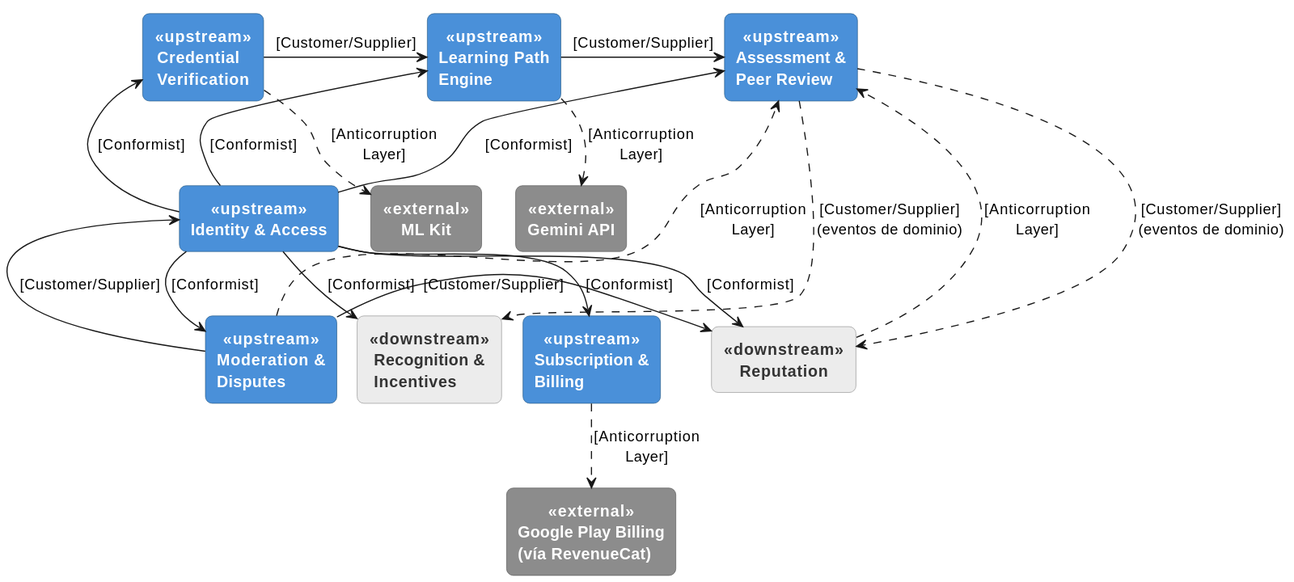
Before: images-doc/SkillSwapContextMapping.svg, a diagram exported from PlantUML (Aplicaciones-Dispositivos-Moviles/SkillSwap-ProjectReport).
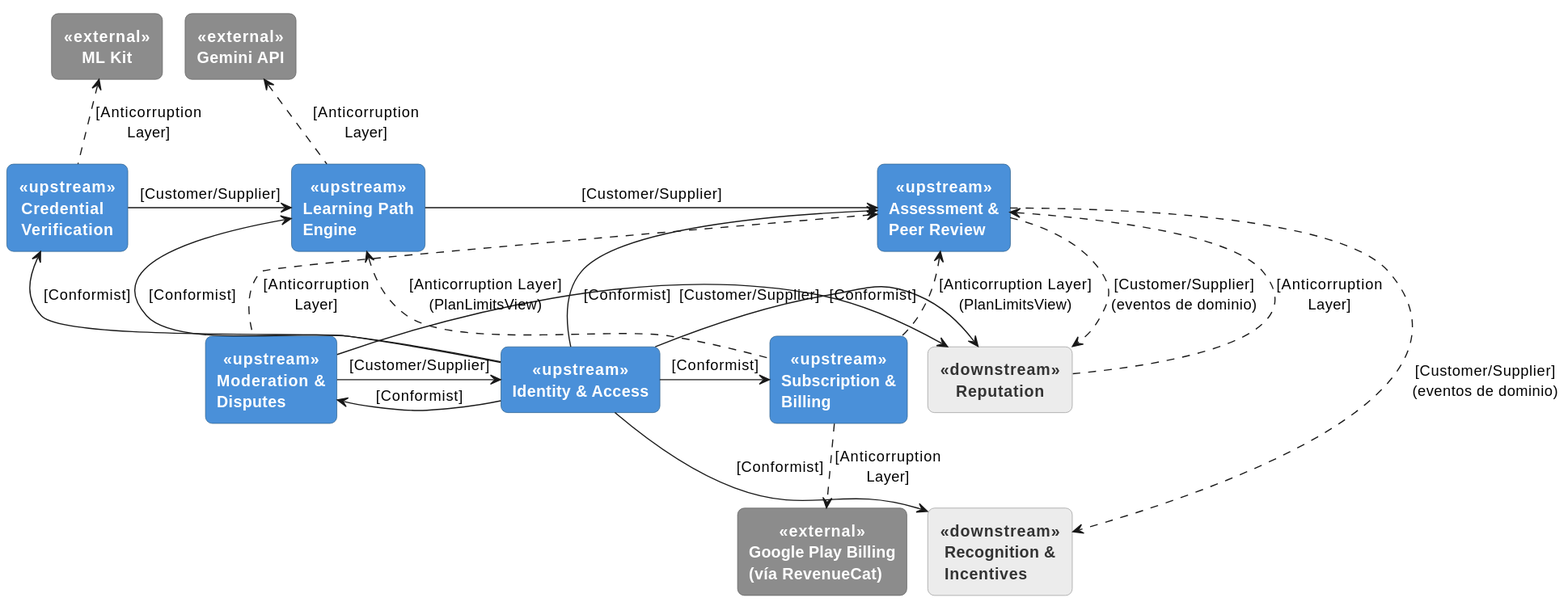
The same file after the commit.

The edit, as a diff of the source:
```diff
@@ -26,53 +26,54 @@
     BorderColor #5C5C5C
 }
 
+skinparam nodesep 70
+skinparam ranksep 90
+
+rectangle "ML Kit" as MLK <<external>>
+rectangle "Gemini API" as GEM <<external>>
+
 rectangle "Credential\nVerification" as CV <<upstream>>
 rectangle "Learning Path\nEngine" as LPE <<upstream>>
 rectangle "Assessment &\nPeer Review" as APR <<upstream>>
-rectangle "ML Kit" as MLK <<external>>
-rectangle "Gemini API" as GEM <<external>>
-
-rectangle "Identity & Access" as IAM <<upstream>>
 rectangle "Reputation" as REP <<downstream>>
 
 rectangle "Moderation &\nDisputes" as MOD <<upstream>>
+rectangle "Identity & Access" as IAM <<upstream>>
+rectangle "Subscription &\nBilling" as SUB <<upstream>>
 rectangle "Recognition &\nIncentives" as REC <<downstream>>
-rectangle "Subscription &\nBilling" as SUB <<upstream>>
 rectangle "Google Play Billing\n(vía RevenueCat)" as GPB <<external>>
 
-CV -[hidden]right-> LPE
-LPE -[hidden]right-> APR
-APR -[hidden]right-> MLK
-LPE -[hidden]up-> GEM
-IAM -[hidden]right-> REP
-MOD -[hidden]right-> REC
-REC -[hidden]right-> SUB
-SUB -[hidden]right-> GPB
-CV -[hidden]down-> IAM
-IAM -[hidden]down-> MOD
+MLK -[hidden]right-> GEM
+MOD -[hidden]right-> IAM
+IAM -[hidden]right-> SUB
+SUB -[hidden]right-> REC
+REP -[hidden]down-> REC
 
 
 CV -right-> LPE : [Customer/Supplier]
 LPE -right-> APR : [Customer/Supplier]
-CV ..> MLK : [Anticorruption\nLayer]
-LPE ..> GEM : [Anticorruption\nLayer]
+CV .up.> MLK : [Anticorruption\nLayer]
+LPE .up.> GEM : [Anticorruption\nLayer]
 
 IAM -up-> CV : [Conformist]
 IAM -up-> LPE : [Conformist]
 IAM -up-> APR : [Conformist]
 IAM -right-> REP : [Conformist]
-IAM -down-> REC : [Conformist]
+IAM -right-> REC : [Conformist]
 IAM -left-> MOD : [Conformist]
-IAM -down-> SUB : [Conformist]
+IAM -right-> SUB : [Conformist]
 
-APR ..> REP : [Customer/Supplier]\n(eventos de dominio)
-APR ..> REC : [Customer/Supplier]\n(eventos de dominio)
+APR .right.> REP : [Customer/Supplier]\n(eventos de dominio)
+APR .right.> REC : [Customer/Supplier]\n(eventos de dominio)
 
-REP ..> APR : [Anticorruption\nLayer]
+REP .left.> APR : [Anticorruption\nLayer]
 
-MOD -up-> IAM : [Customer/Supplier]
+MOD -right-> IAM : [Customer/Supplier]
 MOD -right-> REP : [Customer/Supplier]
-MOD ..> APR : [Anticorruption\nLayer]
+MOD .up.> APR : [Anticorruption\nLayer]
 
-SUB ..> GPB : [Anticorruption\nLayer]
+SUB .down.> GPB : [Anticorruption\nLayer]
+
+SUB .up.> LPE : [Anticorruption Layer]\n(PlanLimitsView)
+SUB .up.> APR : [Anticorruption Layer]\n(PlanLimitsView)
 @enduml
```
